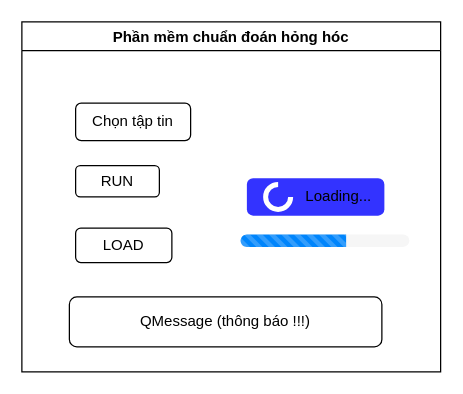
Earlier version of the draw.io diagram page "Phần mềm" (4 of 5) of Sơ đồ các khối.drawio (Bui-Diep/Block-diagram-in-the-topic). Source tidied: cells renumbered, new cells numbered last; positions are measured from the earlier drawing's top-left corner, leaving out a move shared by most shapes. Both pictures are drawn from the tidied source at 125%, with x=0, y=0 at pixel (21, 21).
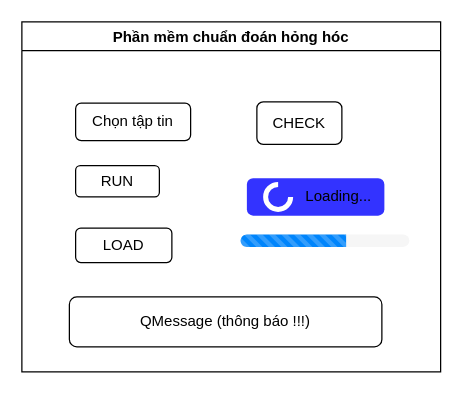
The same diagram, later.

Diff of the diagram source:
```diff
@@
 <mxGraphModel>
   <root>
     <mxCell id="0" />
     <mxCell id="1" parent="0" />
     <mxCell id="2" value="Phần mềm chuẩn đoán hỏng hóc" style="swimlane;fillColor=default;" parent="1" vertex="1">
       <mxGeometry width="335" height="280" as="geometry" />
     </mxCell>
     <mxCell id="3" value="QMessage (thông báo !!!)" style="rounded=1;whiteSpace=wrap;html=1;fillColor=default;" parent="2" vertex="1">
       <mxGeometry x="38" y="220" width="250" height="40" as="geometry" />
     </mxCell>
     <mxCell id="4" value="Chọn tập tin" style="rounded=1;whiteSpace=wrap;html=1;fillColor=default;" parent="2" vertex="1">
       <mxGeometry x="43" y="65" width="92" height="30" as="geometry" />
     </mxCell>
     <mxCell id="5" value="RUN" style="rounded=1;whiteSpace=wrap;html=1;fillColor=default;" parent="2" vertex="1">
       <mxGeometry x="43" y="115" width="67" height="25" as="geometry" />
     </mxCell>
     <mxCell id="6" value="LOAD" style="rounded=1;whiteSpace=wrap;html=1;fillColor=default;" parent="2" vertex="1">
       <mxGeometry x="43" y="165" width="77" height="27.5" as="geometry" />
     </mxCell>
     <mxCell id="7" value="Loading..." style="html=1;shadow=0;dashed=0;shape=mxgraph.bootstrap.rrect;rSize=5;strokeColor=none;html=1;whiteSpace=wrap;fillColor=#3333FF;fontColor=default;align=right;spacing=10;labelBackgroundColor=none;" parent="2" vertex="1">
       <mxGeometry x="180" y="125" width="110" height="30" as="geometry" />
     </mxCell>
     <mxCell id="8" style="html=1;shadow=0;dashed=0;shape=mxgraph.basic.arc;startAngle=0.25;endAngle=1;strokeWidth=4;strokeColor=#ffffff;labelBackgroundColor=none;fontColor=#1A1A1A;fillColor=none;" parent="7" vertex="1">
       <mxGeometry y="0.5" width="20" height="20" relative="1" as="geometry">
         <mxPoint x="15" y="-10" as="offset" />
       </mxGeometry>
     </mxCell>
     <mxCell id="9" style="html=1;shadow=0;dashed=0;shape=mxgraph.bootstrap.rrect;rSize=5;strokeColor=none;fillColor=#f6f6f6;whiteSpace=wrap;labelBackgroundColor=none;fontColor=#33FF33;" parent="2" vertex="1">
       <mxGeometry x="175" y="170" width="135" height="10" as="geometry" />
     </mxCell>
     <mxCell id="10" style="html=1;shadow=0;dashed=0;shape=mxgraph.bootstrap.leftButtonStriped;fillColor=#0085FC;fontColor=#FFFFFF;whiteSpace=wrap;labelBackgroundColor=none;" parent="9" vertex="1">
       <mxGeometry width="84.4" height="10" as="geometry" />
     </mxCell>
+    <mxCell id="11" value="CHECK" style="rounded=1;whiteSpace=wrap;html=1;" parent="2" vertex="1">
+      <mxGeometry x="188" y="64" width="68" height="34" as="geometry" />
+    </mxCell>
   </root>
 </mxGraphModel>
```
